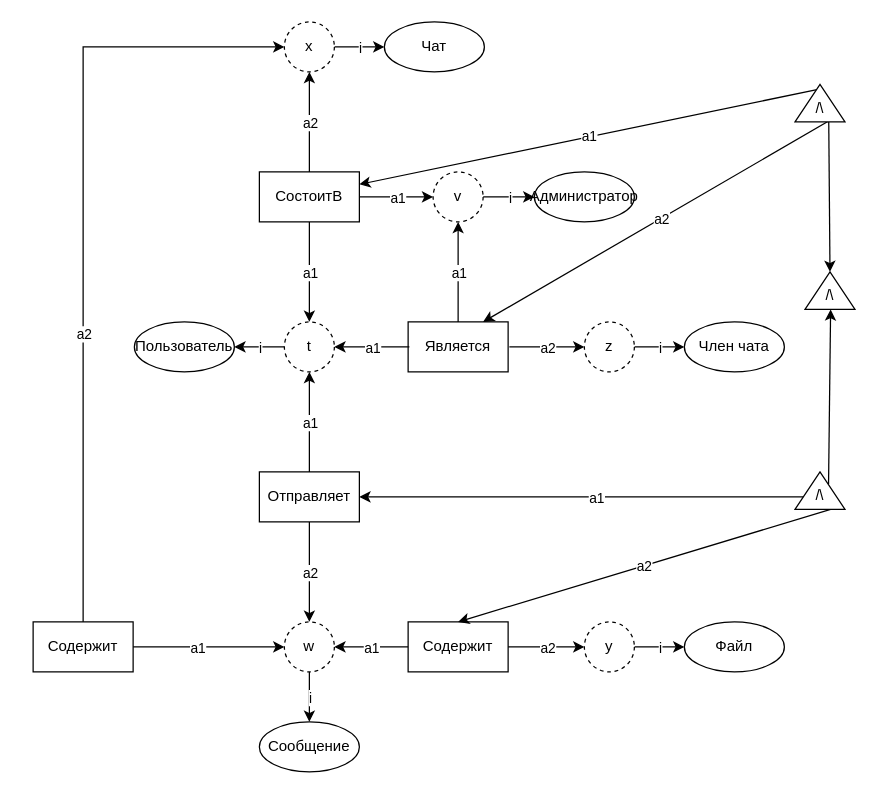
Earlier version of the draw.io diagram Полная семантическая сеть.drawio (marsek4/database). Source tidied: cells renumbered, new cells numbered last; positions are measured from the earlier drawing's top-left corner, leaving out a move shared by most shapes. Both pictures are drawn from the tidied source at 125%, with x=0, y=0 at pixel (32, 21).
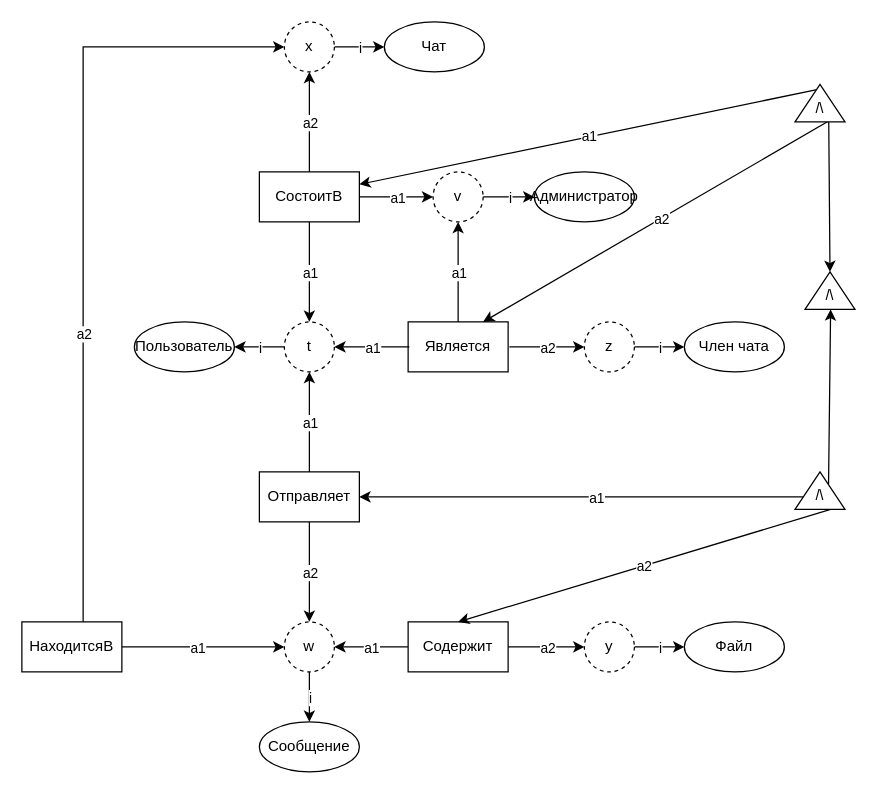
After the change.

The change refers to these unchanged cells:
```xml
<mxCell id="34" value="x" style="ellipse;whiteSpace=wrap;html=1;align=center;dashed=1;" parent="1" vertex="1">
  <mxGeometry x="201" width="40" height="40" as="geometry" />
</mxCell>
```

What changed in the source:
```diff
@@
-    <mxCell id="52" style="endArrow=classic;html=1;rounded=0;exitX=0.5;exitY=0;exitDx=0;exitDy=0;entryX=0;entryY=0.5;entryDx=0;entryDy=0;" parent="1" edge="1" source="69" target="34">
+    <mxCell id="52" style="endArrow=classic;html=1;rounded=0;exitX=0.5;exitY=0;exitDx=0;exitDy=0;entryX=0;entryY=0.5;entryDx=0;entryDy=0;" parent="1" edge="1" target="34">
       <mxGeometry relative="1" as="geometry">
+        <mxPoint x="40" y="480" as="sourcePoint" />
         <Array as="points">
           <mxPoint x="40" y="20" />
         </Array>
       </mxGeometry>
     </mxCell>
@@
-    <mxCell id="69" value="Содержит" style="rounded=0;whiteSpace=wrap;html=1;" parent="1" vertex="1">
-      <mxGeometry y="480" width="80" height="40" as="geometry" />
-    </mxCell>
@@
+    <mxCell id="80" value="НаходитсяВ" style="rounded=0;whiteSpace=wrap;html=1;" parent="1" vertex="1">
+      <mxGeometry x="-9" y="480" width="80" height="40" as="geometry" />
+    </mxCell>
```
